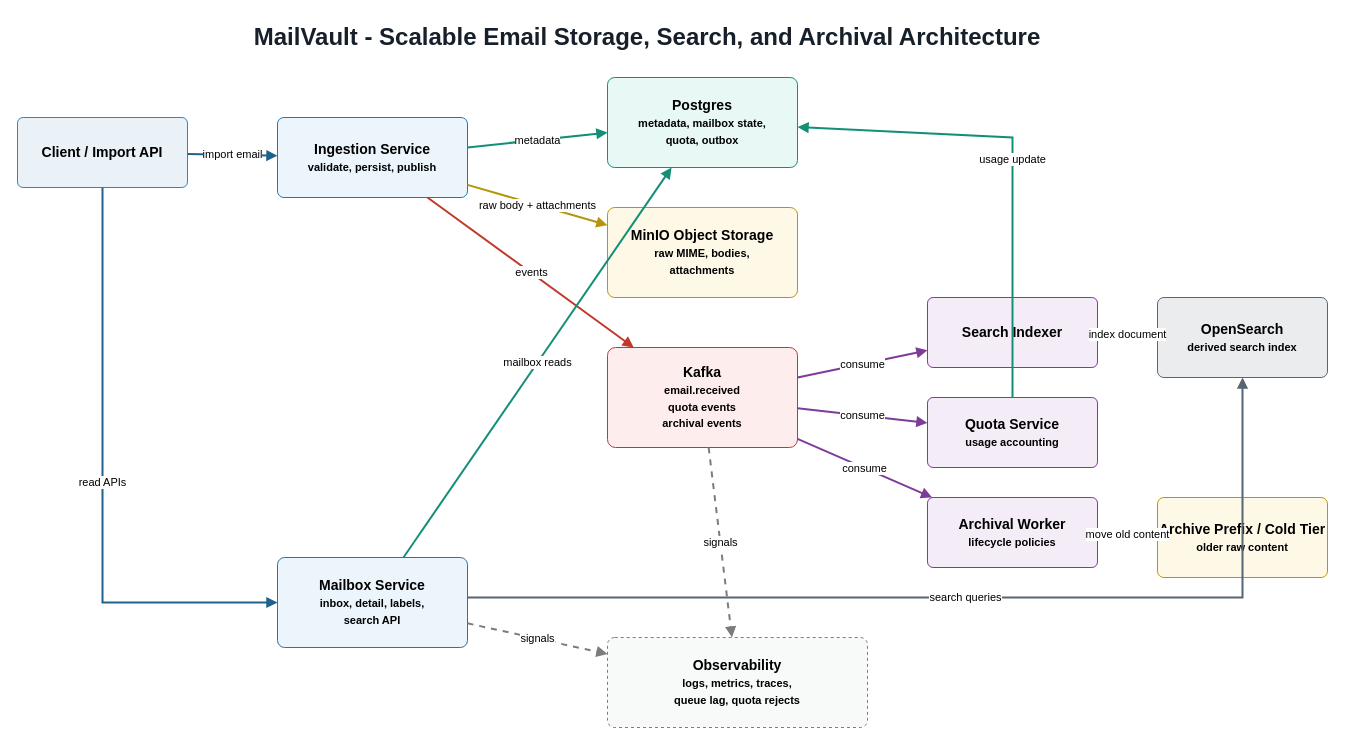
Above: docs/architecture.drawio in AbhinavMantri/mailvault (draw.io), before the change. Source tidied: cells renumbered, new cells numbered last; positions are measured from the earlier drawing's top-left corner, leaving out a move shared by most shapes. Both pictures are drawn from the tidied source at 100%, with x=0, y=0 at pixel (17, 17).
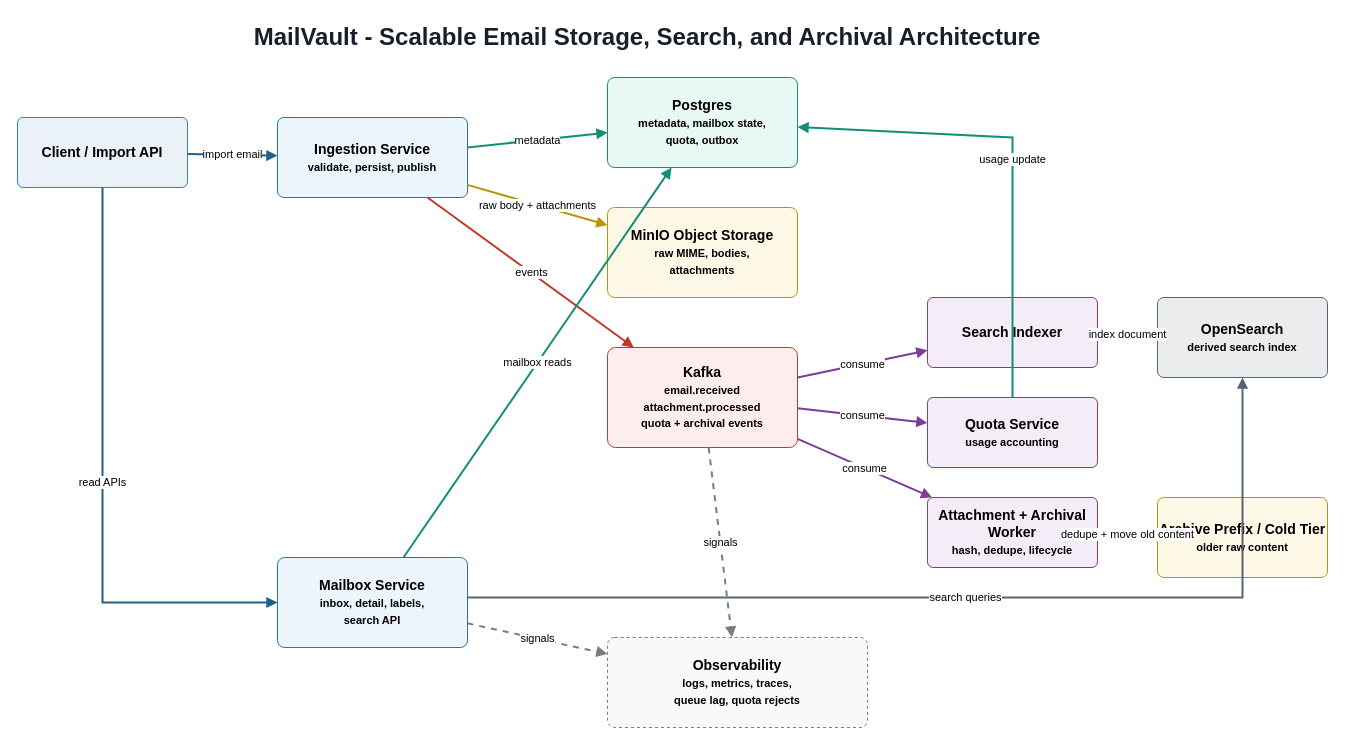
The same page after the edit.

Commit message (it also covers changes not shown here):
Align architecture diagram with project plan

Unchanged cells that the change refers to:
```xml
<mxCell id="14" value="Archive Prefix / Cold Tier&lt;br&gt;&lt;font style=&quot;font-size: 11px;&quot;&gt;older raw content&lt;/font&gt;" style="rounded=1;whiteSpace=wrap;html=1;arcSize=8;fillColor=#FEF9E7;strokeColor=#B7950B;fontSize=14;fontStyle=1;" parent="1" vertex="1">
  <mxGeometry x="1140" y="480" width="170" height="80" as="geometry" />
</mxCell>
```

The edit, as a diff of the source:
```diff
@@
-    <mxCell id="7" value="Kafka&lt;br&gt;&lt;font style=&quot;font-size: 11px;&quot;&gt;email.received&lt;br&gt;quota events&lt;br&gt;archival events&lt;/font&gt;" style="rounded=1;whiteSpace=wrap;html=1;arcSize=8;fillColor=#FDEDEC;strokeColor=#C0392B;fontSize=14;fontStyle=1;" parent="1" vertex="1">
+    <mxCell id="7" value="Kafka&lt;br&gt;&lt;font style=&quot;font-size: 11px;&quot;&gt;email.received&lt;br&gt;attachment.processed&lt;br&gt;quota + archival events&lt;/font&gt;" style="rounded=1;whiteSpace=wrap;html=1;arcSize=8;fillColor=#FDEDEC;strokeColor=#C0392B;fontSize=14;fontStyle=1;" parent="1" vertex="1">
       <mxGeometry x="590" y="330" width="190" height="100" as="geometry" />
     </mxCell>
@@
-    <mxCell id="10" value="Archival Worker&lt;br&gt;&lt;font style=&quot;font-size: 11px;&quot;&gt;lifecycle policies&lt;/font&gt;" style="rounded=1;whiteSpace=wrap;html=1;arcSize=8;fillColor=#F4ECF7;strokeColor=#7D3C98;fontSize=14;fontStyle=1;" parent="1" vertex="1">
+    <mxCell id="10" value="Attachment + Archival Worker&lt;br&gt;&lt;font style=&quot;font-size: 11px;&quot;&gt;hash, dedupe, lifecycle&lt;/font&gt;" style="rounded=1;whiteSpace=wrap;html=1;arcSize=8;fillColor=#F4ECF7;strokeColor=#7D3C98;fontSize=14;fontStyle=1;" parent="1" vertex="1">
       <mxGeometry x="910" y="480" width="170" height="70" as="geometry" />
     </mxCell>
@@
-    <mxCell id="24" value="move old content" style="endArrow=block;html=1;rounded=0;strokeWidth=2;strokeColor=#B7950B;fontSize=11;" parent="1" edge="1" source="10" target="14">
+    <mxCell id="24" value="dedupe + move old content" style="endArrow=block;html=1;rounded=0;strokeWidth=2;strokeColor=#B7950B;fontSize=11;" parent="1" edge="1" source="10" target="14">
       <mxGeometry relative="1" as="geometry" />
     </mxCell>
```
